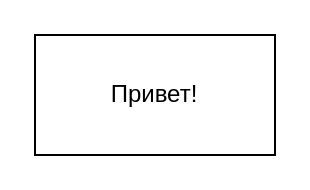
xXRusaXx/Dashboard keeps this draw.io diagram as Диаграмма без названия.drawio. Above is the earlier version. Source tidied: cells renumbered, new cells numbered last; positions are measured from the earlier drawing's top-left corner, leaving out a move shared by most shapes. Both pictures are drawn from the tidied source at 200%, with x=0, y=0 at pixel (34, 34).
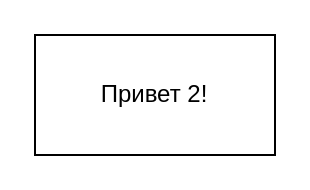
Above is the later version.

Change to the diagram source:
```diff
@@
 <mxGraphModel>
   <root>
     <mxCell id="0" />
     <mxCell id="1" parent="0" />
-    <mxCell id="2" value="Привет!" style="rounded=0;whiteSpace=wrap;html=1;" parent="1" vertex="1">
+    <mxCell id="2" value="Привет 2&lt;span style=&quot;background-color: initial;&quot;&gt;!&lt;/span&gt;" style="rounded=0;whiteSpace=wrap;html=1;" parent="1" vertex="1">
       <mxGeometry width="120" height="60" as="geometry" />
     </mxCell>
   </root>
 </mxGraphModel>
```
